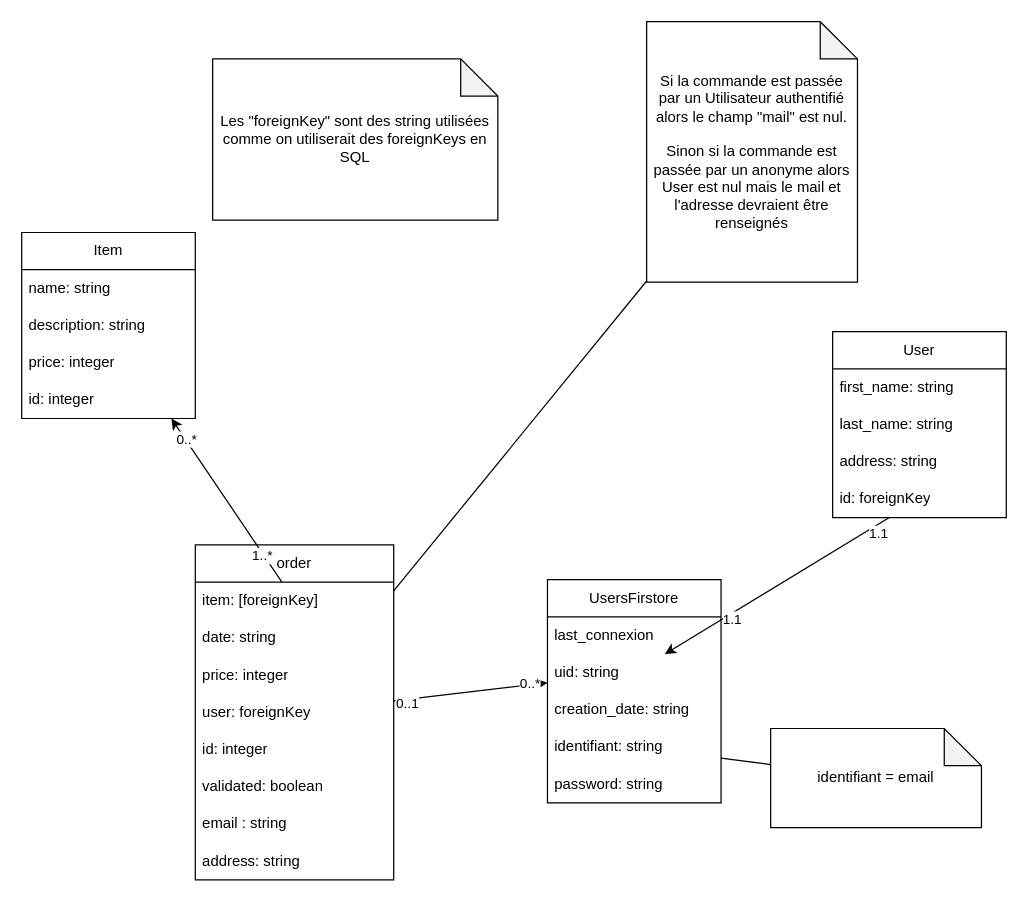
LouisMaupas/ecom keeps this draw.io diagram as mdd.drawio. Above is the earlier version. Source tidied: cells renumbered, new cells numbered last; positions are measured from the earlier drawing's top-left corner, leaving out a move shared by most shapes. Both pictures are drawn from the tidied source at 124%, with x=0, y=0 at pixel (21, 21).
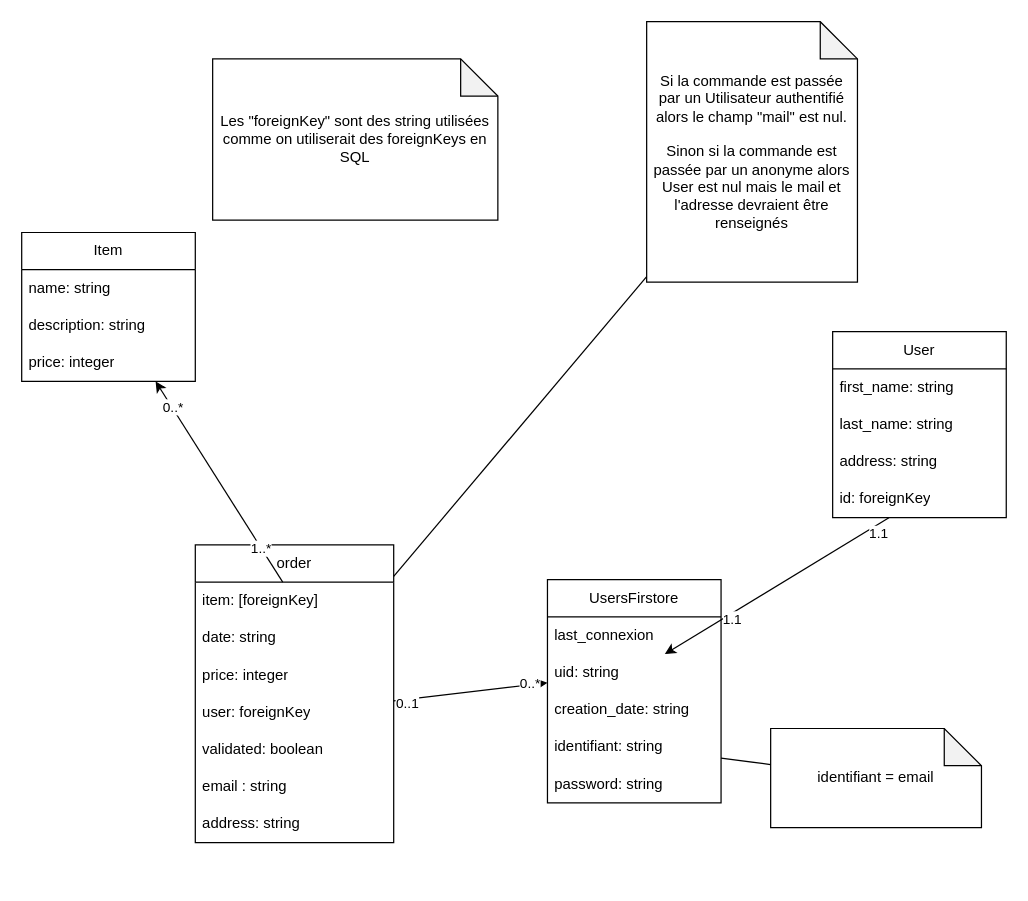
After the change.

Diff of the diagram source:
```diff
@@
     <mxCell id="2" value="Item" style="swimlane;fontStyle=0;horizontal=1;startSize=30;whiteSpace=wrap;html=1;" parent="1" vertex="1">
-      <mxGeometry y="170" width="140" height="150" as="geometry" />
+      <mxGeometry y="170" width="140" height="120" as="geometry" />
     </mxCell>
@@
-    <mxCell id="6" value="id: integer" style="text;strokeColor=none;fillColor=none;align=left;verticalAlign=middle;spacingLeft=4;spacingRight=4;overflow=hidden;whiteSpace=wrap;html=1;" parent="2" vertex="1">
-      <mxGeometry y="120" width="140" height="30" as="geometry" />
-    </mxCell>
@@
     <mxCell id="12" value="order" style="swimlane;fontStyle=0;horizontal=1;startSize=30;whiteSpace=wrap;html=1;" parent="1" vertex="1">
-      <mxGeometry x="140" y="422" width="160" height="270" as="geometry" />
+      <mxGeometry x="140" y="422" width="160" height="240" as="geometry" />
     </mxCell>
@@
-    <mxCell id="17" value="id: integer" style="text;strokeColor=none;fillColor=none;align=left;verticalAlign=middle;spacingLeft=4;spacingRight=4;overflow=hidden;whiteSpace=wrap;html=1;" parent="12" vertex="1">
-      <mxGeometry y="150" width="160" height="30" as="geometry" />
-    </mxCell>
     <mxCell id="18" value="validated: boolean" style="text;strokeColor=none;fillColor=none;align=left;verticalAlign=middle;spacingLeft=4;spacingRight=4;overflow=hidden;whiteSpace=wrap;html=1;" parent="12" vertex="1">
-      <mxGeometry y="180" width="160" height="30" as="geometry" />
+      <mxGeometry y="150" width="160" height="30" as="geometry" />
     </mxCell>
     <mxCell id="19" value="email : string" style="text;strokeColor=none;fillColor=none;align=left;verticalAlign=middle;spacingLeft=4;spacingRight=4;overflow=hidden;whiteSpace=wrap;html=1;" parent="12" vertex="1">
-      <mxGeometry y="210" width="160" height="30" as="geometry" />
+      <mxGeometry y="180" width="160" height="30" as="geometry" />
     </mxCell>
     <mxCell id="20" value="address: string" style="text;strokeColor=none;fillColor=none;align=left;verticalAlign=middle;spacingLeft=4;spacingRight=4;overflow=hidden;whiteSpace=wrap;html=1;" parent="12" vertex="1">
-      <mxGeometry y="240" width="160" height="30" as="geometry" />
+      <mxGeometry y="210" width="160" height="30" as="geometry" />
     </mxCell>
```
